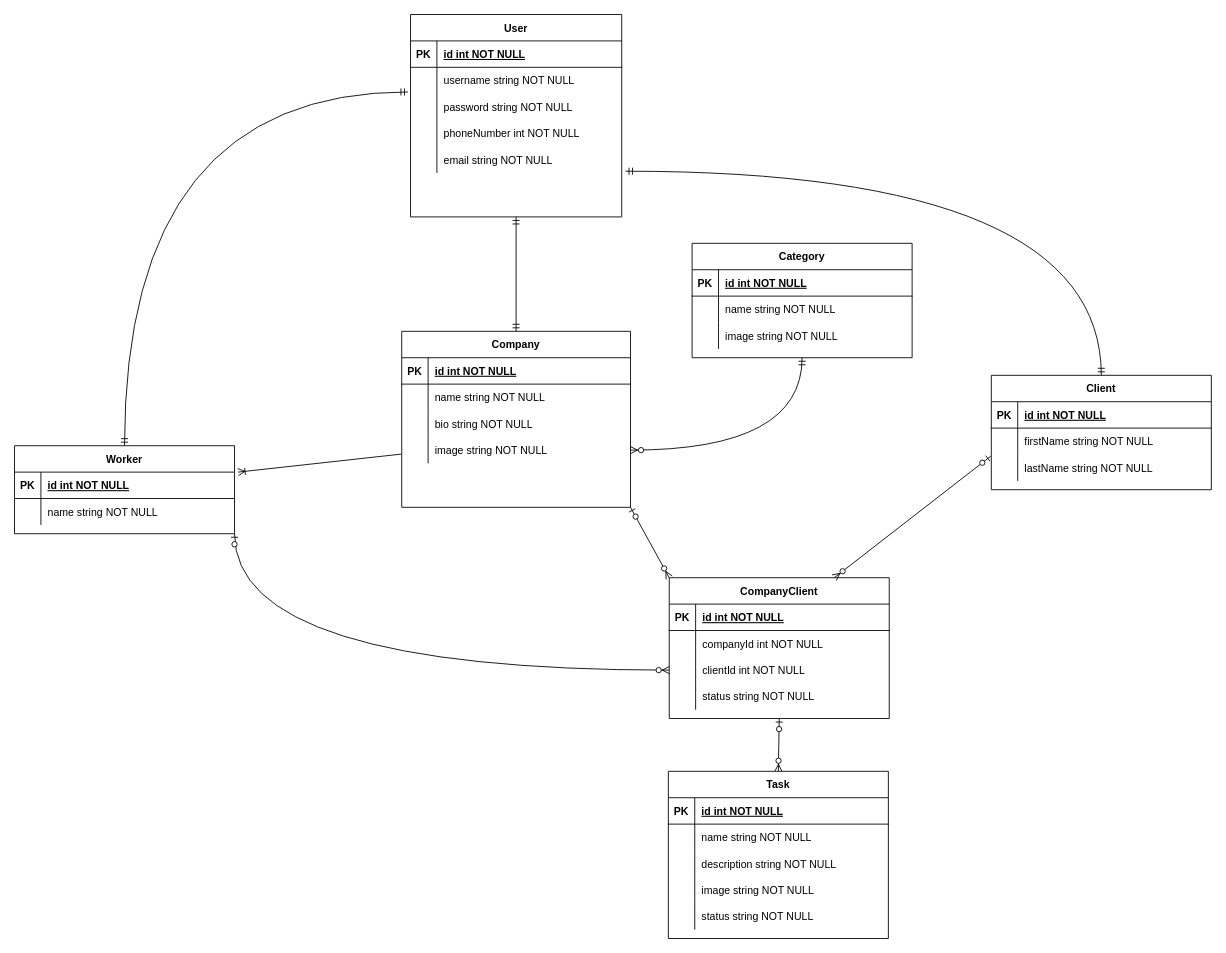
This is ERD.drawio from aalhendi/Bunyan, a draw.io file, before an edit. Source tidied: cells renumbered, new cells numbered last; positions are measured from the earlier drawing's top-left corner, leaving out a move shared by most shapes. Both pictures are drawn from the tidied source at 88%, with x=0, y=0 at pixel (14, 14).
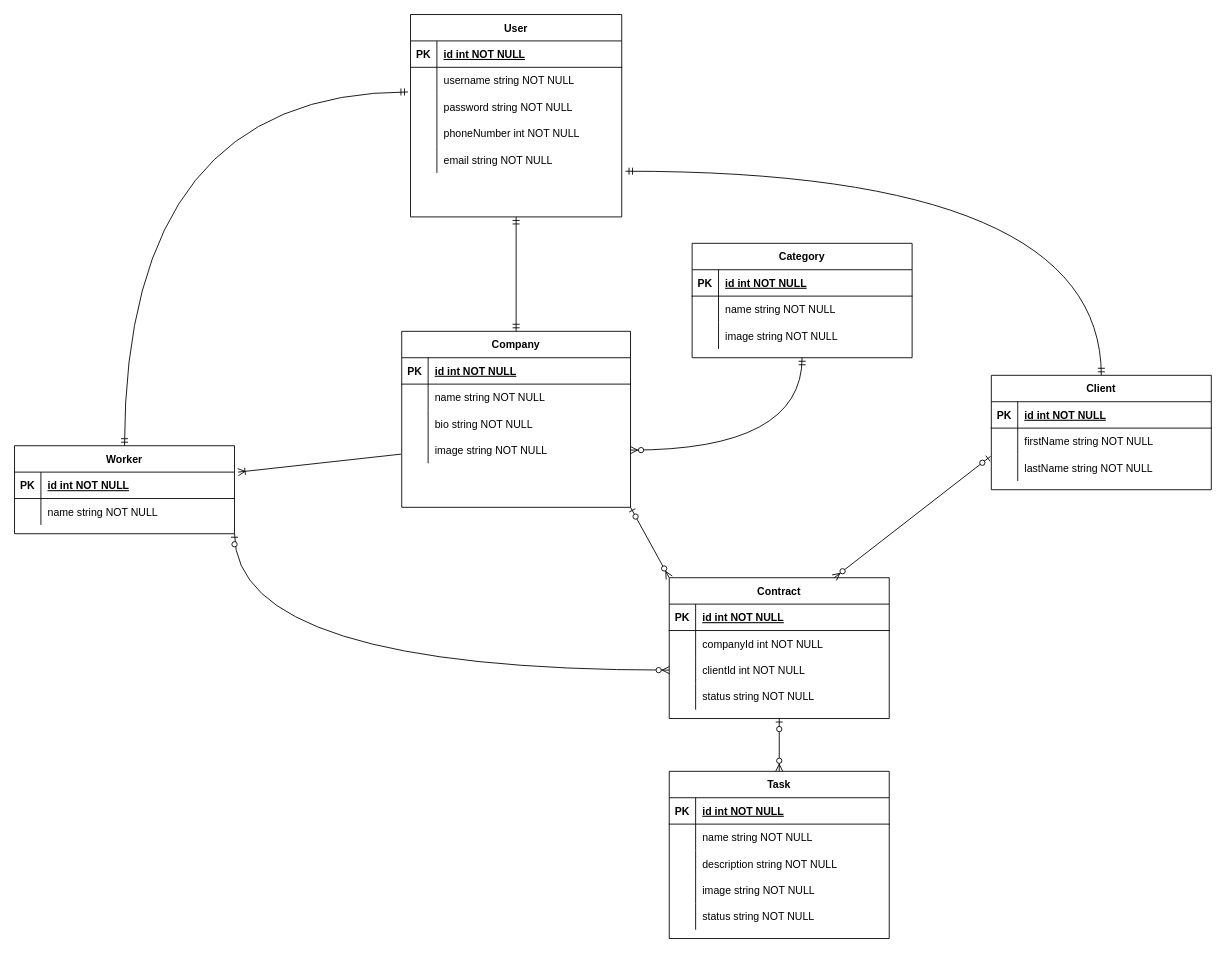
The same diagram, later.

Commit message (it also covers changes not shown here):
Rename companyclient table to contract

The edit, as a diff of the source:
```diff
@@
     <mxCell id="16" value="Task" style="shape=table;startSize=30;childLayout=tableLayout;rowLines=0;fontStyle=1;align=center;" parent="1" vertex="1">
-      <mxGeometry x="743" y="860" width="250" height="190" as="geometry" />
+      <mxGeometry x="744" y="860" width="250" height="190" as="geometry" />
     </mxCell>
@@
-    <mxCell id="55" value="CompanyClient" style="shape=table;startSize=30;childLayout=tableLayout;rowLines=0;fontStyle=1;align=center;" parent="1" vertex="1">
+    <mxCell id="55" value="Contract" style="shape=table;startSize=30;childLayout=tableLayout;rowLines=0;fontStyle=1;align=center;" parent="1" vertex="1">
       <mxGeometry x="744" y="640" width="250" height="160" as="geometry" />
     </mxCell>
```
